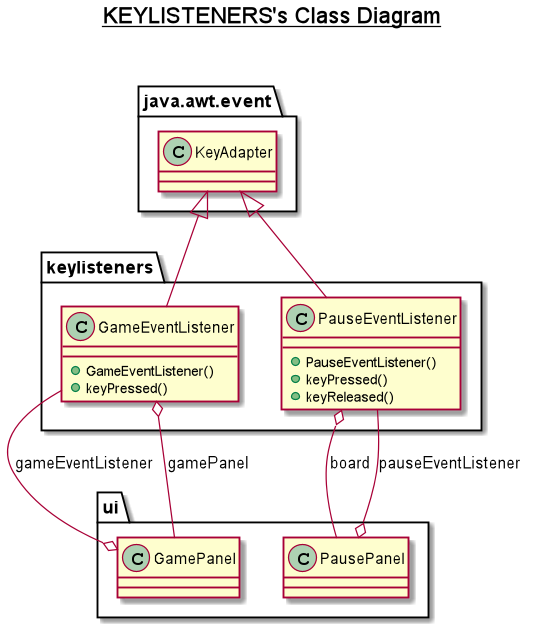
Before: UMLs/keylisteners.png, a diagram exported from PlantUML (frnocentini/jpacman).
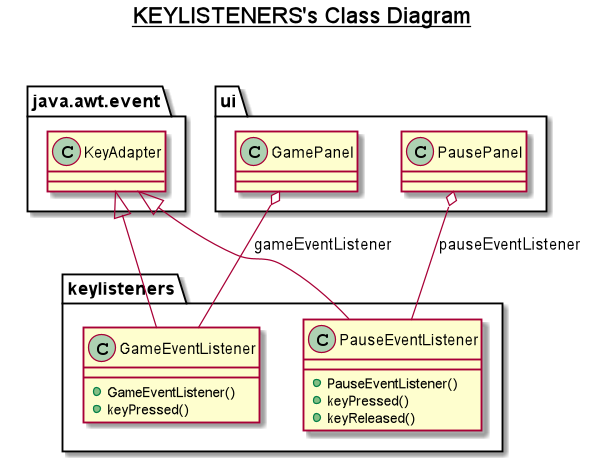
Above is the later version.

What changed in the source:
```diff
@@ -17,9 +17,7 @@
 
 
   keylisteners.GameEventListener -up-|> java.awt.event.KeyAdapter
-  keylisteners.GameEventListener o-- ui.GamePanel : gamePanel
   keylisteners.PauseEventListener -up-|> java.awt.event.KeyAdapter
-  keylisteners.PauseEventListener o-- ui.PausePanel : board
   ui.GamePanel o-- keylisteners.GameEventListener : gameEventListener
   ui.PausePanel o-- keylisteners.PauseEventListener : pauseEventListener
 
```
